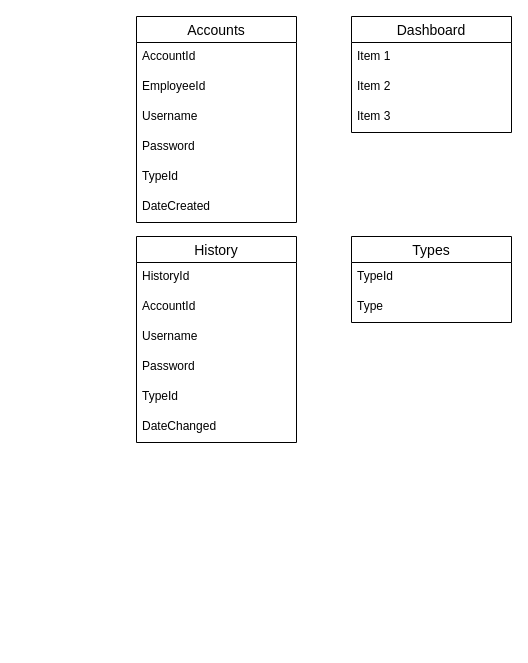
Above: page "Entities" (3 of 6) of Schema.drawio in DevJohnRHugo/Business-Management-System (draw.io), before the change. Source tidied: cells renumbered, new cells numbered last; positions are measured from the earlier drawing's top-left corner, leaving out a move shared by most shapes. Both pictures are drawn from the tidied source at 100%, with x=0, y=0 at pixel (136, 16).
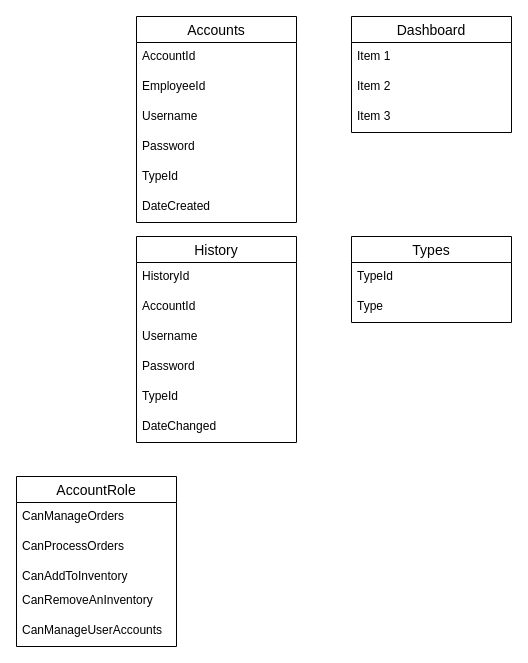
Above is the later version.

The edit, as a diff of the source:
```diff
@@
+    <mxCell id="23" value="AccountRole" style="swimlane;fontStyle=0;horizontal=1;startSize=26;align=center;fontSize=14;" parent="1" vertex="1">
+      <mxGeometry x="-120" y="460" width="160" height="170" as="geometry" />
+    </mxCell>
+    <mxCell id="24" value="CanManageOrders" style="text;strokeColor=none;fillColor=none;spacingLeft=4;spacingRight=4;overflow=hidden;fontSize=12;" parent="23" vertex="1">
+      <mxGeometry y="26" width="160" height="30" as="geometry" />
+    </mxCell>
+    <mxCell id="25" value="CanProcessOrders" style="text;strokeColor=none;fillColor=none;spacingLeft=4;spacingRight=4;overflow=hidden;fontSize=12;" parent="23" vertex="1">
+      <mxGeometry y="56" width="160" height="30" as="geometry" />
+    </mxCell>
+    <mxCell id="26" value="CanAddToInventory" style="text;strokeColor=none;fillColor=none;spacingLeft=4;spacingRight=4;overflow=hidden;fontSize=12;" parent="23" vertex="1">
+      <mxGeometry y="86" width="160" height="24" as="geometry" />
+    </mxCell>
+    <mxCell id="27" value="CanRemoveAnInventory" style="text;strokeColor=none;fillColor=none;spacingLeft=4;spacingRight=4;overflow=hidden;fontSize=12;" parent="23" vertex="1">
+      <mxGeometry y="110" width="160" height="30" as="geometry" />
+    </mxCell>
+    <mxCell id="28" value="CanManageUserAccounts" style="text;strokeColor=none;fillColor=none;spacingLeft=4;spacingRight=4;overflow=hidden;fontSize=12;" parent="23" vertex="1">
+      <mxGeometry y="140" width="160" height="30" as="geometry" />
+    </mxCell>
```
